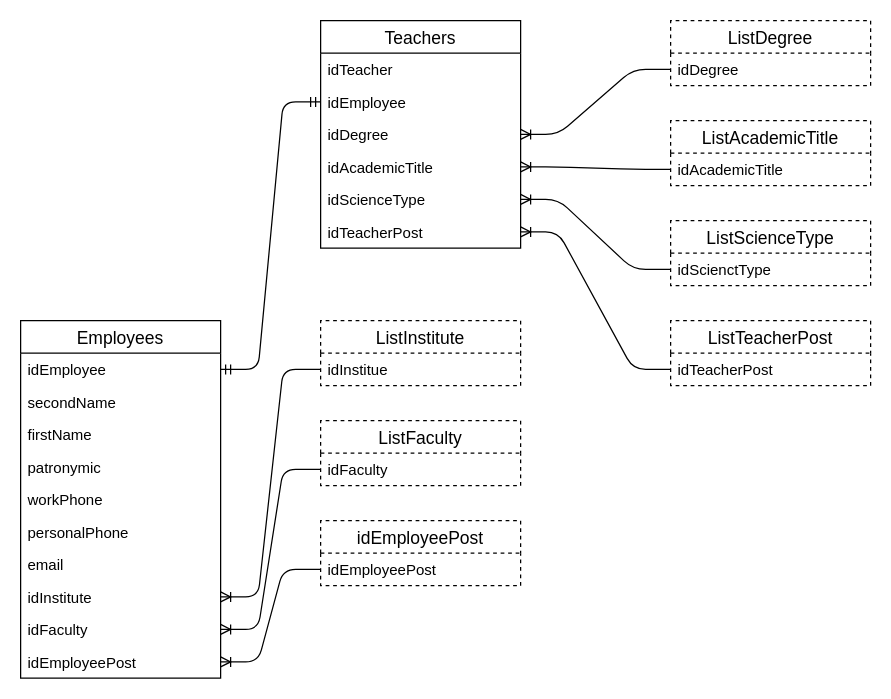
Above: documentation/4. Эскизный проект/media/Диаграммы_базы_данных/Основные/Подсистема_кадров.drawio in pmswga/MOSIT-DD (draw.io), before the change. Source tidied: cells renumbered, new cells numbered last; positions are measured from the earlier drawing's top-left corner, leaving out a move shared by most shapes. Both pictures are drawn from the tidied source at 125%, with x=0, y=0 at pixel (20, 20).
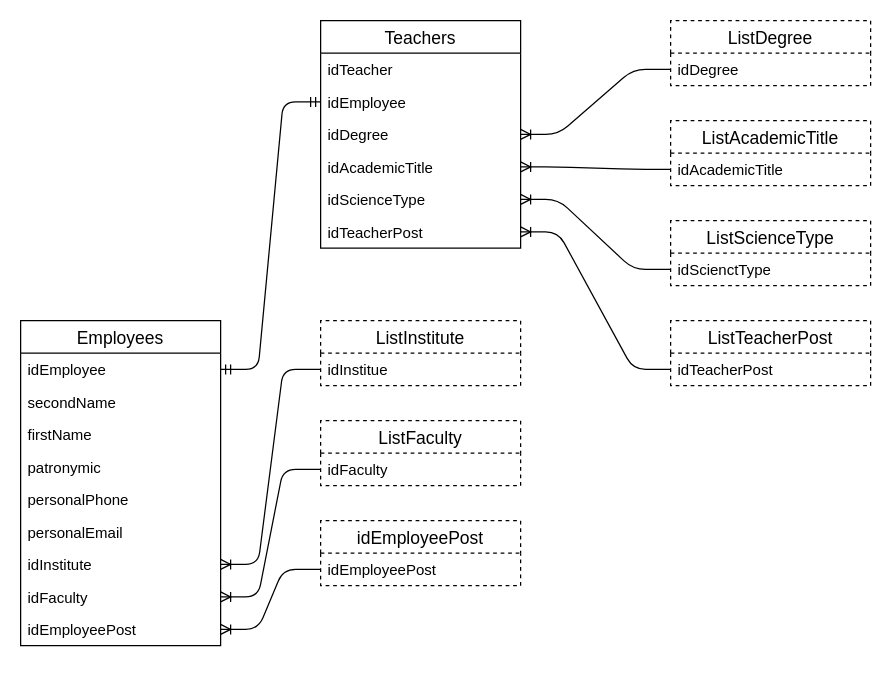
After the change.

Commit message (it also covers changes not shown here):
проектирование подсистемы кадров

The edit, as a diff of the source:
```diff
@@
     <mxCell id="16" value="Employees" style="swimlane;fontStyle=0;horizontal=1;startSize=26;align=center;fontSize=14;" parent="1" vertex="1">
-      <mxGeometry y="240" width="160" height="286" as="geometry" />
+      <mxGeometry y="240" width="160" height="260" as="geometry" />
     </mxCell>
@@
-    <mxCell id="21" value="workPhone" style="text;strokeColor=none;fillColor=none;spacingLeft=4;spacingRight=4;overflow=hidden;fontSize=12;" parent="16" vertex="1">
-      <mxGeometry y="130" width="160" height="26" as="geometry" />
-    </mxCell>
     <mxCell id="22" value="personalPhone" style="text;strokeColor=none;fillColor=none;spacingLeft=4;spacingRight=4;overflow=hidden;fontSize=12;" parent="16" vertex="1">
-      <mxGeometry y="156" width="160" height="26" as="geometry" />
+      <mxGeometry y="130" width="160" height="26" as="geometry" />
     </mxCell>
-    <mxCell id="23" value="email" style="text;strokeColor=none;fillColor=none;spacingLeft=4;spacingRight=4;overflow=hidden;fontSize=12;" parent="16" vertex="1">
-      <mxGeometry y="182" width="160" height="26" as="geometry" />
+    <mxCell id="23" value="personalEmail" style="text;strokeColor=none;fillColor=none;spacingLeft=4;spacingRight=4;overflow=hidden;fontSize=12;" parent="16" vertex="1">
+      <mxGeometry y="156" width="160" height="26" as="geometry" />
     </mxCell>
     <mxCell id="24" value="idInstitute" style="text;strokeColor=none;fillColor=none;spacingLeft=4;spacingRight=4;overflow=hidden;points=[[0,0.5],[1,0.5]];portConstraint=eastwest;fontSize=12;" parent="16" vertex="1">
-      <mxGeometry y="208" width="160" height="26" as="geometry" />
+      <mxGeometry y="182" width="160" height="26" as="geometry" />
     </mxCell>
     <mxCell id="25" value="idFaculty" style="text;strokeColor=none;fillColor=none;spacingLeft=4;spacingRight=4;overflow=hidden;points=[[0,0.5],[1,0.5]];portConstraint=eastwest;fontSize=12;" parent="16" vertex="1">
-      <mxGeometry y="234" width="160" height="26" as="geometry" />
+      <mxGeometry y="208" width="160" height="26" as="geometry" />
     </mxCell>
     <mxCell id="26" value="idEmployeePost" style="text;strokeColor=none;fillColor=none;spacingLeft=4;spacingRight=4;overflow=hidden;points=[[0,0.5],[1,0.5]];portConstraint=eastwest;fontSize=12;" parent="16" vertex="1">
-      <mxGeometry y="260" width="160" height="26" as="geometry" />
+      <mxGeometry y="234" width="160" height="26" as="geometry" />
     </mxCell>
```
